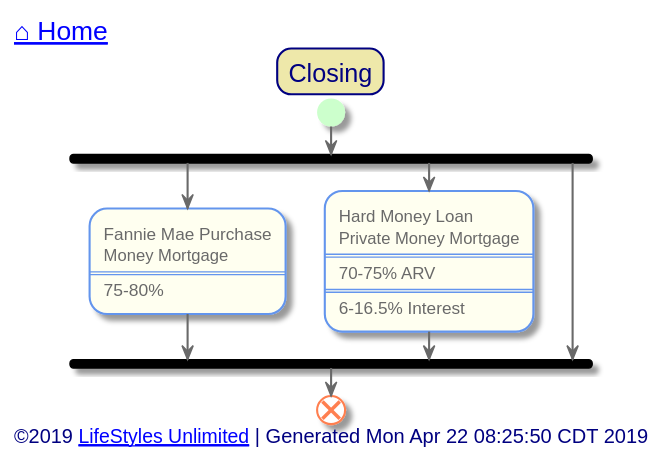
toddmo/lifestylesunlimited keeps this PlantUML diagram as out/src/single-family/closing.svg. Above is the earlier version.
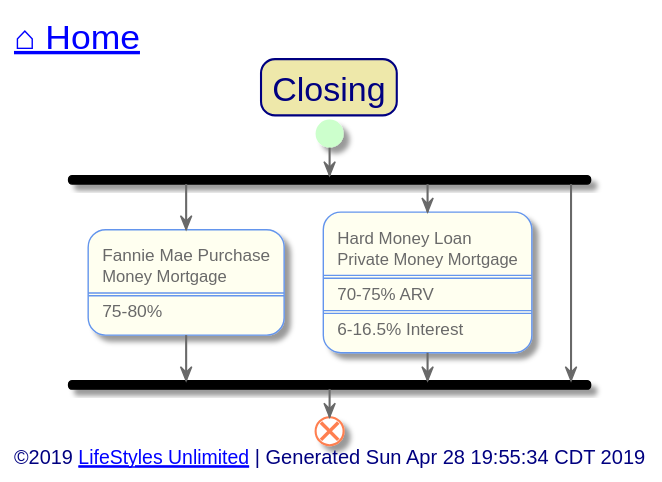
The same diagram one commit later.

Diff of the diagram source:
```diff
@@ -11,11 +11,13 @@
   BackgroundColor PaleGoldenRod
   BorderColor Navy
   BorderRoundCorner 20
+  FontSize 24
 }
 
 skinparam activity {
   BackgroundColor Ivory
   BorderColor CornflowerBlue
+  BorderThickness 1
   FontColor DimGray
 
 
@@ -73,7 +75,7 @@
 
 
 left header
-	<font color=Navy size=18>[[../index.svg ⌂ Home]]</font>
+	<font color=Navy size=24>[[../index.svg ⌂ Home]]</font>
 endheader
 
 
@@ -102,7 +104,7 @@
 
 
 left footer
-	<font size=14>©2019 [[http://www.lifestylesunlimited.com LifeStyles Unlimited]] | Generated Mon Apr 22 08:25:50 CDT 2019</font>
+	<font size=14>©2019 [[http://www.lifestylesunlimited.com LifeStyles Unlimited]] | Generated Sun Apr 28 19:55:34 CDT 2019</font>
 endfooter
 
 
```
